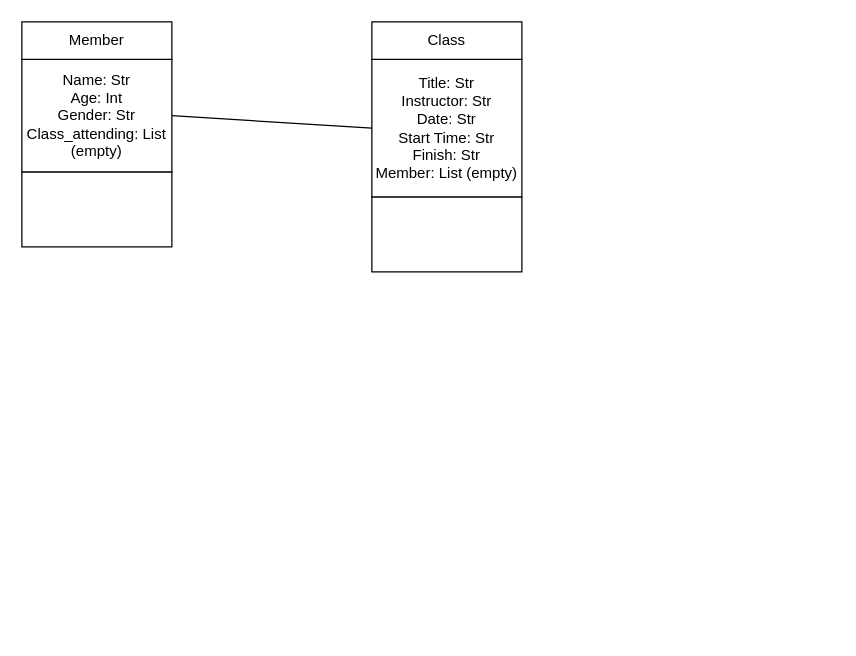
Before: planning/class_diagrams.drawio in mwdfn/gym_web_app, a draw.io diagram. Source tidied: cells renumbered, new cells numbered last; positions are measured from the earlier drawing's top-left corner, leaving out a move shared by most shapes. Both pictures are drawn from the tidied source at 125%, with x=0, y=0 at pixel (21, 21).
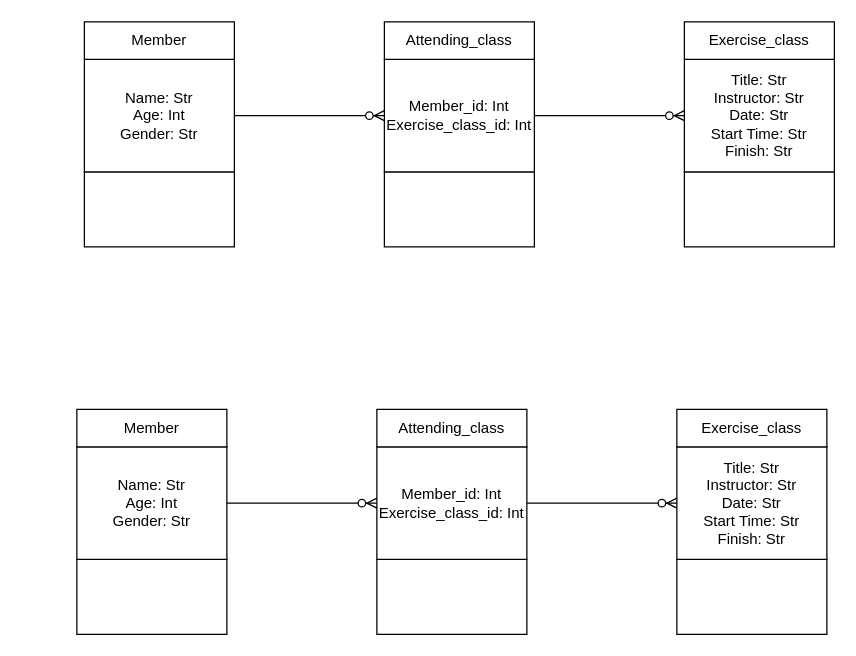
Above is the later version.

Diff of the diagram source:
```diff
@@
     <mxCell id="2" style="rounded=0;whiteSpace=wrap;html=1;" parent="1" vertex="1">
-      <mxGeometry y="120" width="120" height="60" as="geometry" />
+      <mxGeometry x="50" y="120" width="120" height="60" as="geometry" />
     </mxCell>
-    <mxCell id="3" value="Name: Str&lt;br&gt;Age: Int&lt;br&gt;Gender: Str&lt;br&gt;Class_attending: List (empty)" style="rounded=0;whiteSpace=wrap;html=1;" parent="1" vertex="1">
-      <mxGeometry y="30" width="120" height="90" as="geometry" />
+    <mxCell id="3" value="Name: Str&lt;br&gt;Age: Int&lt;br&gt;Gender: Str" style="rounded=0;whiteSpace=wrap;html=1;" parent="1" vertex="1">
+      <mxGeometry x="50" y="30" width="120" height="90" as="geometry" />
     </mxCell>
     <mxCell id="4" value="Member" style="rounded=0;whiteSpace=wrap;html=1;" parent="1" vertex="1">
-      <mxGeometry width="120" height="30" as="geometry" />
+      <mxGeometry x="50" width="120" height="30" as="geometry" />
     </mxCell>
     <mxCell id="5" style="rounded=0;whiteSpace=wrap;html=1;" parent="1" vertex="1">
-      <mxGeometry x="280" y="140" width="120" height="60" as="geometry" />
+      <mxGeometry x="530" y="120" width="120" height="60" as="geometry" />
     </mxCell>
-    <mxCell id="6" value="Title: Str&lt;br&gt;Instructor: Str&lt;br&gt;Date: Str&lt;br&gt;Start Time: Str&lt;br&gt;Finish: Str&lt;br&gt;Member: List (empty)" style="rounded=0;whiteSpace=wrap;html=1;" parent="1" vertex="1">
-      <mxGeometry x="280" y="30" width="120" height="110" as="geometry" />
+    <mxCell id="6" value="Title: Str&lt;br&gt;Instructor: Str&lt;br&gt;Date: Str&lt;br&gt;Start Time: Str&lt;br&gt;Finish: Str&lt;br&gt;" style="rounded=0;whiteSpace=wrap;html=1;" parent="1" vertex="1">
+      <mxGeometry x="530" y="30" width="120" height="90" as="geometry" />
     </mxCell>
-    <mxCell id="7" value="Class" style="rounded=0;whiteSpace=wrap;html=1;" parent="1" vertex="1">
-      <mxGeometry x="280" width="120" height="30" as="geometry" />
+    <mxCell id="7" value="Exercise_class" style="rounded=0;whiteSpace=wrap;html=1;" parent="1" vertex="1">
+      <mxGeometry x="530" width="120" height="30" as="geometry" />
     </mxCell>
-    <mxCell id="8" style="endArrow=none;html=1;rounded=0;entryX=0;entryY=0.5;entryDx=0;entryDy=0;exitX=1;exitY=0.5;exitDx=0;exitDy=0;" parent="1" edge="1" source="3" target="6">
-      <mxGeometry relative="1" as="geometry" />
-    </mxCell>
+    <mxCell id="9" style="rounded=0;whiteSpace=wrap;html=1;" parent="1" vertex="1">
+      <mxGeometry x="290" y="120" width="120" height="60" as="geometry" />
+    </mxCell>
+    <mxCell id="10" value="Member_id: Int&lt;br&gt;Exercise_class_id: Int" style="rounded=0;whiteSpace=wrap;html=1;" parent="1" vertex="1">
+      <mxGeometry x="290" y="30" width="120" height="90" as="geometry" />
+    </mxCell>
+    <mxCell id="11" value="Attending_class" style="rounded=0;whiteSpace=wrap;html=1;" parent="1" vertex="1">
+      <mxGeometry x="290" width="120" height="30" as="geometry" />
+    </mxCell>
+    <mxCell id="12" style="edgeStyle=entityRelationEdgeStyle;fontSize=12;html=1;endArrow=ERzeroToMany;endFill=1;rounded=0;entryX=0;entryY=0.5;entryDx=0;entryDy=0;exitX=1;exitY=0.5;exitDx=0;exitDy=0;" parent="1" edge="1" source="3" target="10">
+      <mxGeometry relative="1" as="geometry" />
+    </mxCell>
+    <mxCell id="13" style="edgeStyle=entityRelationEdgeStyle;fontSize=12;html=1;endArrow=ERzeroToMany;endFill=1;rounded=0;entryX=0;entryY=0.5;entryDx=0;entryDy=0;" parent="1" edge="1" target="6">
+      <mxGeometry relative="1" as="geometry">
+        <mxPoint x="410" y="75" as="sourcePoint" />
+      </mxGeometry>
+    </mxCell>
+    <mxCell id="14" style="rounded=0;whiteSpace=wrap;html=1;" parent="1" vertex="1">
+      <mxGeometry x="44" y="430" width="120" height="60" as="geometry" />
+    </mxCell>
+    <mxCell id="15" value="Name: Str&lt;br&gt;Age: Int&lt;br&gt;Gender: Str" style="rounded=0;whiteSpace=wrap;html=1;" parent="1" vertex="1">
+      <mxGeometry x="44" y="340" width="120" height="90" as="geometry" />
+    </mxCell>
+    <mxCell id="16" value="Member" style="rounded=0;whiteSpace=wrap;html=1;" parent="1" vertex="1">
+      <mxGeometry x="44" y="310" width="120" height="30" as="geometry" />
+    </mxCell>
+    <mxCell id="17" style="rounded=0;whiteSpace=wrap;html=1;" parent="1" vertex="1">
+      <mxGeometry x="524" y="430" width="120" height="60" as="geometry" />
+    </mxCell>
+    <mxCell id="18" value="Title: Str&lt;br&gt;Instructor: Str&lt;br&gt;Date: Str&lt;br&gt;Start Time: Str&lt;br&gt;Finish: Str&lt;br&gt;" style="rounded=0;whiteSpace=wrap;html=1;" parent="1" vertex="1">
+      <mxGeometry x="524" y="340" width="120" height="90" as="geometry" />
+    </mxCell>
+    <mxCell id="19" value="Exercise_class" style="rounded=0;whiteSpace=wrap;html=1;" parent="1" vertex="1">
+      <mxGeometry x="524" y="310" width="120" height="30" as="geometry" />
+    </mxCell>
+    <mxCell id="20" style="rounded=0;whiteSpace=wrap;html=1;" parent="1" vertex="1">
+      <mxGeometry x="284" y="430" width="120" height="60" as="geometry" />
+    </mxCell>
+    <mxCell id="21" value="Member_id: Int&lt;br&gt;Exercise_class_id: Int" style="rounded=0;whiteSpace=wrap;html=1;" parent="1" vertex="1">
+      <mxGeometry x="284" y="340" width="120" height="90" as="geometry" />
+    </mxCell>
+    <mxCell id="22" value="Attending_class" style="rounded=0;whiteSpace=wrap;html=1;" parent="1" vertex="1">
+      <mxGeometry x="284" y="310" width="120" height="30" as="geometry" />
+    </mxCell>
+    <mxCell id="23" style="edgeStyle=entityRelationEdgeStyle;fontSize=12;html=1;endArrow=ERzeroToMany;endFill=1;rounded=0;entryX=0;entryY=0.5;entryDx=0;entryDy=0;exitX=1;exitY=0.5;exitDx=0;exitDy=0;" parent="1" edge="1" source="15" target="21">
+      <mxGeometry relative="1" as="geometry" />
+    </mxCell>
+    <mxCell id="24" style="edgeStyle=entityRelationEdgeStyle;fontSize=12;html=1;endArrow=ERzeroToMany;endFill=1;rounded=0;entryX=0;entryY=0.5;entryDx=0;entryDy=0;" parent="1" edge="1" target="18">
+      <mxGeometry relative="1" as="geometry">
+        <mxPoint x="404" y="385" as="sourcePoint" />
+      </mxGeometry>
+    </mxCell>
```
